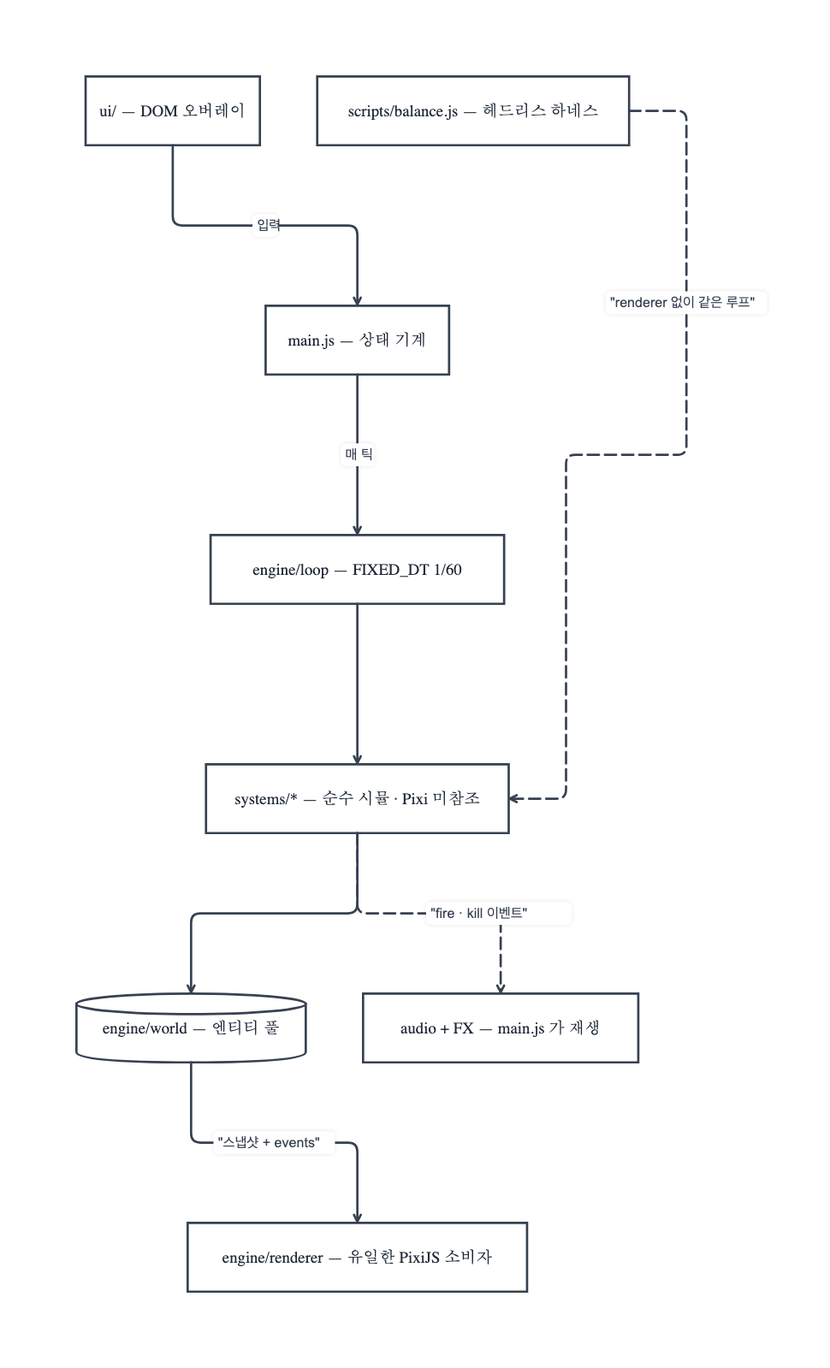
The Mermaid diagram docs/diagrams/event-flow.png in gook-lab/crypt-survivors, before a commit. Its source is kept beside it as docs/diagrams/event-flow.mmd.
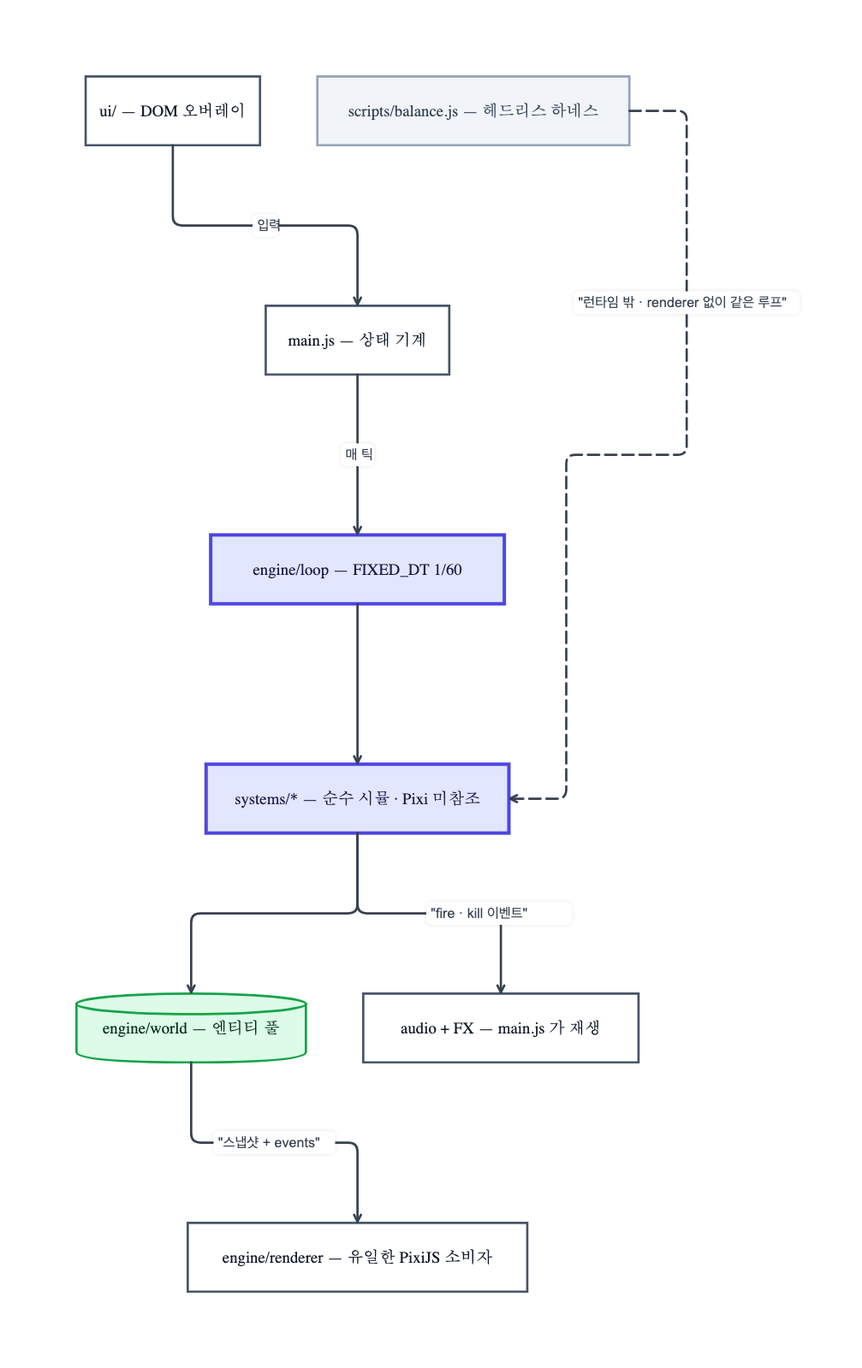
The same file after the commit.

Commit message:
docs: 다이어그램 색상·선 규약 적용 + 불투명 배경

Claude-Session: https://claude.ai/code/session_0178WXK6HQCrR6NYPYV2eBEP

What changed in the source:
```diff
@@ -4,5 +4,14 @@
   LOOP --> SYS["systems/* — 순수 시뮬 · Pixi 미참조"]
   SYS --> WORLD[("engine/world — 엔티티 풀")]
   WORLD -->|"스냅샷 + events"| REN["engine/renderer — 유일한 PixiJS 소비자"]
-  SYS -.->|"fire · kill 이벤트"| AUDIO["audio + FX — main.js 가 재생"]
-  BAL["scripts/balance.js — 헤드리스 하네스"] -.->|"renderer 없이 같은 루프"| SYS
+  SYS -->|"fire · kill 이벤트"| AUDIO["audio + FX — main.js 가 재생"]
+  BAL["scripts/balance.js — 헤드리스 하네스"] -.->|"런타임 밖 · renderer 없이 같은 루프"| SYS
+
+  classDef core fill:#e0e7ff,stroke:#4f46e5,color:#1e1b4b,stroke-width:3
+  classDef view fill:#ffffff,stroke:#475569,color:#0f172a
+  classDef store fill:#dcfce7,stroke:#16a34a,color:#052e16
+  classDef tool fill:#f1f5f9,stroke:#94a3b8,color:#334155
+  class SYS,LOOP core
+  class UI,MAIN,REN,AUDIO view
+  class WORLD store
+  class BAL tool
```
